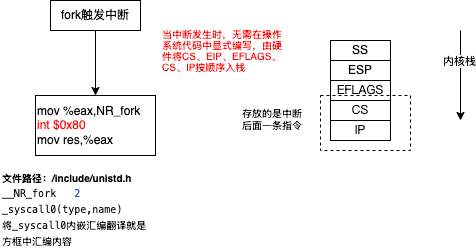
Earlier version of the draw.io export linux_fork.png (zhaole0606/pic). Source tidied: cells renumbered, new cells last; positions are measured from the earlier drawing's top-left corner, leaving out a move shared by most shapes.
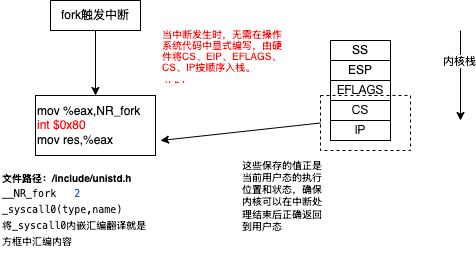
After the change.

Diff of the diagram source:
```diff
@@ -38,14 +38,19 @@
     <mxCell id="12" value="&lt;span style=&quot;font-family: -webkit-standard; text-align: start; caret-color: rgb(0, 0, 0);&quot;&gt;&lt;font style=&quot;font-size: 12px;&quot;&gt;IP&lt;/font&gt;&lt;/span&gt;" style="rounded=0;whiteSpace=wrap;html=1;" parent="1" vertex="1">
       <mxGeometry x="330" y="120" width="60" height="20" as="geometry" />
     </mxCell>
-    <mxCell id="13" value="&lt;p style=&quot;line-height: 50%;&quot;&gt;&lt;/p&gt;&lt;h1 style=&quot;margin-top: 0px; line-height: 110%; font-size: 10px;&quot;&gt;&lt;span style=&quot;font-weight: normal;&quot;&gt;&lt;font color=&quot;#ff0000&quot;&gt;&lt;font style=&quot;font-size: 10px;&quot;&gt;当中断发生时，无需在操作系统代码中显式编写，由硬件将CS、EIP、EFLAGS、CS&lt;/font&gt;、IP按顺序入栈&lt;/font&gt;&lt;/span&gt;&lt;/h1&gt;&lt;p&gt;&lt;/p&gt;" style="text;html=1;whiteSpace=wrap;overflow=hidden;rounded=0;" parent="1" vertex="1">
+    <mxCell id="13" value="&lt;p style=&quot;line-height: 50%;&quot;&gt;&lt;/p&gt;&lt;h1 style=&quot;margin-top: 0px; line-height: 110%; font-size: 10px;&quot;&gt;&lt;span style=&quot;font-weight: normal;&quot;&gt;&lt;font color=&quot;#ff0000&quot;&gt;&lt;font style=&quot;font-size: 10px;&quot;&gt;当中断发生时，无需在操作系统代码中显式编写，由硬件将CS、EIP、EFLAGS、CS&lt;/font&gt;、IP按顺序入栈。&lt;/font&gt;&lt;/span&gt;&lt;/h1&gt;&lt;div&gt;&lt;font color=&quot;#ff0000&quot;&gt;此时&lt;/font&gt;&lt;/div&gt;&lt;p&gt;&lt;/p&gt;" style="text;html=1;whiteSpace=wrap;overflow=hidden;rounded=0;" parent="1" vertex="1">
       <mxGeometry x="160" y="10" width="130" height="70" as="geometry" />
     </mxCell>
     <mxCell id="14" style="rounded=0;whiteSpace=wrap;html=1;dashed=1;fillColor=none;" parent="1" vertex="1">
       <mxGeometry x="320" y="95" width="90" height="55" as="geometry" />
     </mxCell>
-    <mxCell id="15" value="&lt;h1 style=&quot;margin-top: 0px; font-size: 10px;&quot;&gt;&lt;span style=&quot;font-weight: normal;&quot;&gt;存放的是中断后面一条指令的地址&lt;/span&gt;&lt;/h1&gt;" style="text;html=1;whiteSpace=wrap;overflow=hidden;rounded=0;" parent="1" vertex="1">
-      <mxGeometry x="240" y="100" width="70" height="30" as="geometry" />
+    <mxCell id="15" value="&lt;h1 style=&quot;margin-top: 0px; line-height: 34%;&quot;&gt;&lt;span style=&quot;caret-color: rgb(0, 0, 0); font-family: -webkit-standard; font-weight: 400;&quot;&gt;&lt;font style=&quot;font-size: 10px;&quot;&gt;这些保存的值正是当前用户态的执行位置和状态，确保内核可以在中断处理结束后正确返回到用户态&lt;/font&gt;&lt;/span&gt;&lt;br&gt;&lt;/h1&gt;" style="text;html=1;whiteSpace=wrap;overflow=hidden;rounded=0;" parent="1" vertex="1">
+      <mxGeometry x="240" y="150" width="90" height="110" as="geometry" />
     </mxCell>
+    <mxCell id="16" style="endArrow=classic;html=1;rounded=0;exitX=0;exitY=0.5;exitDx=0;exitDy=0;" parent="1" edge="1" source="14">
+      <mxGeometry relative="1" as="geometry">
+        <mxPoint x="160" y="140" as="targetPoint" />
+      </mxGeometry>
+    </mxCell>
   </root>
 </mxGraphModel>
```
